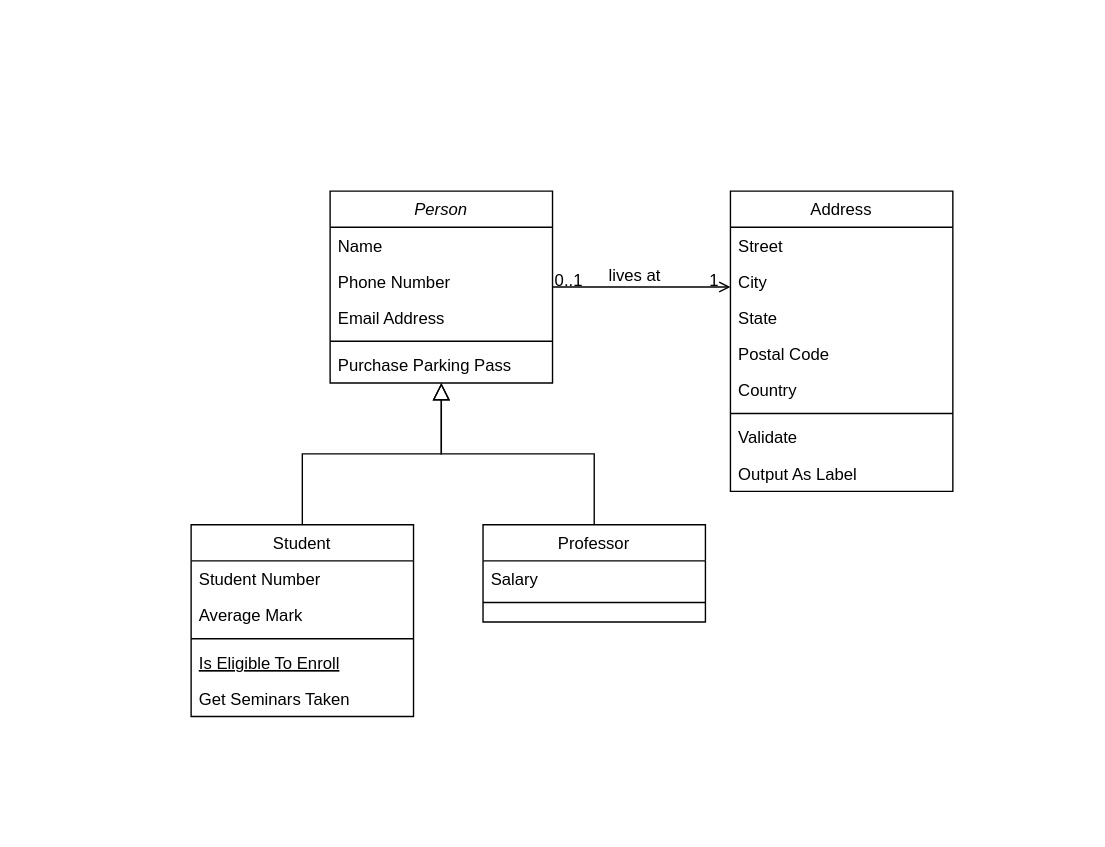
Before: Personal assistant.drawio in AndreyKozachok/goit-pyweb-hw-01, a draw.io diagram. Source tidied: cells renumbered, new cells numbered last; positions are measured from the earlier drawing's top-left corner, leaving out a move shared by most shapes. Both pictures are drawn from the tidied source at 139%, with x=0, y=0 at pixel (190, 190).
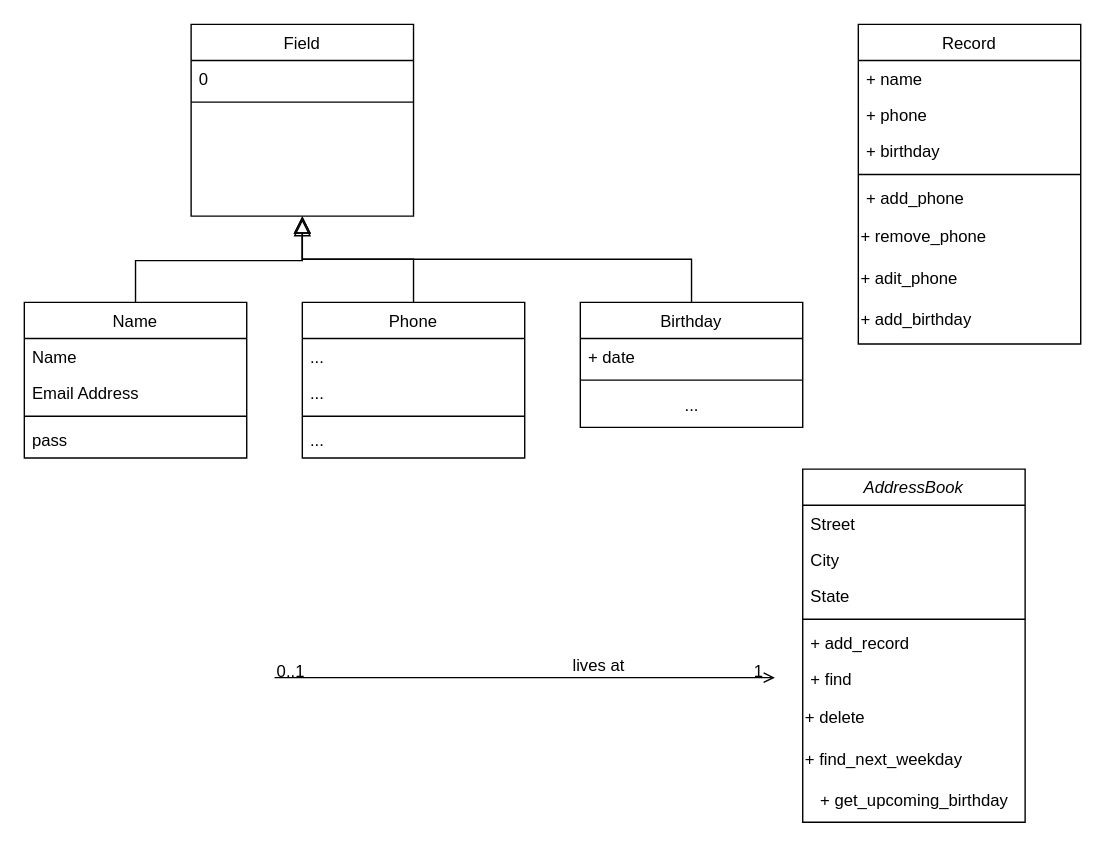
Above is the later version.

What changed in the source:
```diff
@@
-    <mxCell id="2" value="Person" style="swimlane;fontStyle=2;align=center;verticalAlign=top;horizontal=1;startSize=26;rounded=0;shadow=0;strokeWidth=1;" parent="1" vertex="1">
-      <mxGeometry x="100" width="160" height="138" as="geometry" />
+    <mxCell id="2" value="Field" style="swimlane;fontStyle=0;align=center;verticalAlign=top;horizontal=1;startSize=26;rounded=0;shadow=0;strokeWidth=1;" parent="1" vertex="1">
+      <mxGeometry y="-120" width="160" height="138" as="geometry" />
     </mxCell>
-    <mxCell id="3" value="Name" style="text;align=left;verticalAlign=top;spacingLeft=4;spacingRight=4;overflow=hidden;" parent="2" vertex="1">
-      <mxGeometry y="26" width="160" height="26" as="geometry" />
-    </mxCell>
-    <mxCell id="4" value="Phone Number" style="text;align=left;verticalAlign=top;spacingLeft=4;spacingRight=4;overflow=hidden;rounded=0;shadow=0;html=0;" parent="2" vertex="1">
-      <mxGeometry y="52" width="160" height="26" as="geometry" />
+    <mxCell id="4" value="0" style="text;align=left;verticalAlign=top;spacingLeft=4;spacingRight=4;overflow=hidden;rounded=0;shadow=0;html=0;" parent="2" vertex="1">
+      <mxGeometry y="26" width="160" height="26" as="geometry" />
     </mxCell>
-    <mxCell id="5" value="Email Address" style="text;align=left;verticalAlign=top;spacingLeft=4;spacingRight=4;overflow=hidden;rounded=0;shadow=0;html=0;" parent="2" vertex="1">
-      <mxGeometry y="78" width="160" height="26" as="geometry" />
-    </mxCell>
     <mxCell id="6" style="line;html=1;strokeWidth=1;align=left;verticalAlign=middle;spacingTop=-1;spacingLeft=3;spacingRight=3;labelPosition=right;" parent="2" vertex="1">
-      <mxGeometry y="104" width="160" height="8" as="geometry" />
+      <mxGeometry y="52" width="160" height="8" as="geometry" />
     </mxCell>
-    <mxCell id="7" value="Purchase Parking Pass" style="text;align=left;verticalAlign=top;spacingLeft=4;spacingRight=4;overflow=hidden;" parent="2" vertex="1">
-      <mxGeometry y="112" width="160" height="26" as="geometry" />
-    </mxCell>
-    <mxCell id="8" value="Student" style="swimlane;fontStyle=0;align=center;verticalAlign=top;horizontal=1;startSize=26;rounded=0;shadow=0;strokeWidth=1;" parent="1" vertex="1">
-      <mxGeometry y="240" width="160" height="138" as="geometry" />
+    <mxCell id="8" value="Phone" style="swimlane;fontStyle=0;align=center;verticalAlign=top;horizontal=1;startSize=26;rounded=0;shadow=0;strokeWidth=1;" parent="1" vertex="1">
+      <mxGeometry x="80" y="80" width="160" height="112" as="geometry" />
     </mxCell>
-    <mxCell id="9" value="Student Number" style="text;align=left;verticalAlign=top;spacingLeft=4;spacingRight=4;overflow=hidden;" parent="8" vertex="1">
+    <mxCell id="9" value="..." style="text;align=left;verticalAlign=top;spacingLeft=4;spacingRight=4;overflow=hidden;" parent="8" vertex="1">
       <mxGeometry y="26" width="160" height="26" as="geometry" />
     </mxCell>
-    <mxCell id="10" value="Average Mark" style="text;align=left;verticalAlign=top;spacingLeft=4;spacingRight=4;overflow=hidden;rounded=0;shadow=0;html=0;" parent="8" vertex="1">
+    <mxCell id="10" value="..." style="text;align=left;verticalAlign=top;spacingLeft=4;spacingRight=4;overflow=hidden;rounded=0;shadow=0;html=0;" parent="8" vertex="1">
       <mxGeometry y="52" width="160" height="26" as="geometry" />
     </mxCell>
@@
-    <mxCell id="12" value="Is Eligible To Enroll" style="text;align=left;verticalAlign=top;spacingLeft=4;spacingRight=4;overflow=hidden;fontStyle=4;" parent="8" vertex="1">
-      <mxGeometry y="86" width="160" height="26" as="geometry" />
-    </mxCell>
-    <mxCell id="13" value="Get Seminars Taken" style="text;align=left;verticalAlign=top;spacingLeft=4;spacingRight=4;overflow=hidden;" parent="8" vertex="1">
-      <mxGeometry y="112" width="160" height="26" as="geometry" />
+    <mxCell id="13" value="..." style="text;align=left;verticalAlign=top;spacingLeft=4;spacingRight=4;overflow=hidden;" parent="8" vertex="1">
+      <mxGeometry y="86" width="160" height="26" as="geometry" />
     </mxCell>
@@
-    <mxCell id="15" value="Professor" style="swimlane;fontStyle=0;align=center;verticalAlign=top;horizontal=1;startSize=26;rounded=0;shadow=0;strokeWidth=1;" parent="1" vertex="1">
-      <mxGeometry x="210" y="240" width="160" height="70" as="geometry" />
+    <mxCell id="15" value="Birthday" style="swimlane;fontStyle=0;align=center;verticalAlign=top;horizontal=1;startSize=26;rounded=0;shadow=0;strokeWidth=1;" parent="1" vertex="1">
+      <mxGeometry x="280" y="80" width="160" height="90" as="geometry" />
     </mxCell>
-    <mxCell id="16" value="Salary" style="text;align=left;verticalAlign=top;spacingLeft=4;spacingRight=4;overflow=hidden;" parent="15" vertex="1">
+    <mxCell id="16" value="+ date" style="text;align=left;verticalAlign=top;spacingLeft=4;spacingRight=4;overflow=hidden;" parent="15" vertex="1">
       <mxGeometry y="26" width="160" height="26" as="geometry" />
     </mxCell>
@@
+    <mxCell id="32" value="..." style="text;html=1;align=center;verticalAlign=middle;strokeColor=none;fillColor=none;" parent="15" vertex="1">
+      <mxGeometry y="60" width="160" height="30" as="geometry" />
+    </mxCell>
@@
-    <mxCell id="19" value="Address" style="swimlane;fontStyle=0;align=center;verticalAlign=top;horizontal=1;startSize=26;rounded=0;shadow=0;strokeWidth=1;" parent="1" vertex="1">
-      <mxGeometry x="388" width="160" height="216" as="geometry" />
+    <mxCell id="19" value="AddressBook" style="swimlane;fontStyle=2;align=center;verticalAlign=top;horizontal=1;startSize=26;rounded=0;shadow=0;strokeWidth=1;" parent="1" vertex="1">
+      <mxGeometry x="440" y="200" width="160" height="254" as="geometry" />
     </mxCell>
@@
-    <mxCell id="23" value="Postal Code" style="text;align=left;verticalAlign=top;spacingLeft=4;spacingRight=4;overflow=hidden;rounded=0;shadow=0;html=0;" parent="19" vertex="1">
-      <mxGeometry y="104" width="160" height="26" as="geometry" />
-    </mxCell>
-    <mxCell id="24" value="Country" style="text;align=left;verticalAlign=top;spacingLeft=4;spacingRight=4;overflow=hidden;rounded=0;shadow=0;html=0;" parent="19" vertex="1">
-      <mxGeometry y="130" width="160" height="26" as="geometry" />
-    </mxCell>
     <mxCell id="25" style="line;html=1;strokeWidth=1;align=left;verticalAlign=middle;spacingTop=-1;spacingLeft=3;spacingRight=3;labelPosition=right;" parent="19" vertex="1">
-      <mxGeometry y="156" width="160" height="8" as="geometry" />
+      <mxGeometry y="104" width="160" height="8" as="geometry" />
     </mxCell>
-    <mxCell id="26" value="Validate" style="text;align=left;verticalAlign=top;spacingLeft=4;spacingRight=4;overflow=hidden;" parent="19" vertex="1">
-      <mxGeometry y="164" width="160" height="26" as="geometry" />
+    <mxCell id="26" value="+ add_record" style="text;align=left;verticalAlign=top;spacingLeft=4;spacingRight=4;overflow=hidden;" parent="19" vertex="1">
+      <mxGeometry y="112" width="160" height="26" as="geometry" />
     </mxCell>
-    <mxCell id="27" value="Output As Label" style="text;align=left;verticalAlign=top;spacingLeft=4;spacingRight=4;overflow=hidden;" parent="19" vertex="1">
-      <mxGeometry y="190" width="160" height="26" as="geometry" />
+    <mxCell id="27" value="+ find" style="text;align=left;verticalAlign=top;spacingLeft=4;spacingRight=4;overflow=hidden;" parent="19" vertex="1">
+      <mxGeometry y="138" width="160" height="26" as="geometry" />
     </mxCell>
+    <mxCell id="33" value="+ delete" style="text;html=1;align=left;verticalAlign=middle;strokeColor=none;fillColor=none;" parent="19" vertex="1">
+      <mxGeometry y="164" width="160" height="30" as="geometry" />
+    </mxCell>
+    <mxCell id="34" value="+ find_next_weekday" style="text;html=1;align=left;verticalAlign=middle;strokeColor=none;fillColor=none;" parent="19" vertex="1">
+      <mxGeometry y="194" width="160" height="30" as="geometry" />
+    </mxCell>
+    <mxCell id="35" value="+ get_upcoming_birthday" style="text;html=1;align=center;verticalAlign=middle;strokeColor=none;fillColor=none;" parent="19" vertex="1">
+      <mxGeometry y="224" width="160" height="30" as="geometry" />
+    </mxCell>
-    <mxCell id="28" style="endArrow=open;shadow=0;strokeWidth=1;rounded=0;curved=0;endFill=1;edgeStyle=elbowEdgeStyle;elbow=vertical;" parent="1" edge="1" source="2" target="19">
+    <mxCell id="28" style="endArrow=open;shadow=0;strokeWidth=1;rounded=0;curved=0;endFill=1;edgeStyle=elbowEdgeStyle;elbow=vertical;" parent="1" edge="1">
       <mxGeometry x="0.5" y="41" relative="1" as="geometry">
+        <mxPoint x="60" y="350" as="sourcePoint" />
+        <mxPoint x="420" y="350" as="targetPoint" />
         <mxPoint x="-40" y="32" as="offset" />
       </mxGeometry>
     </mxCell>
@@
+    <mxCell id="36" value="Name" style="swimlane;fontStyle=0;align=center;verticalAlign=top;horizontal=1;startSize=26;rounded=0;shadow=0;strokeWidth=1;" parent="1" vertex="1">
+      <mxGeometry x="-120" y="80" width="160" height="112" as="geometry" />
+    </mxCell>
+    <mxCell id="3" value="Name" style="text;align=left;verticalAlign=top;spacingLeft=4;spacingRight=4;overflow=hidden;" parent="36" vertex="1">
+      <mxGeometry y="26" width="160" height="26" as="geometry" />
+    </mxCell>
+    <mxCell id="5" value="Email Address" style="text;align=left;verticalAlign=top;spacingLeft=4;spacingRight=4;overflow=hidden;rounded=0;shadow=0;html=0;" parent="36" vertex="1">
+      <mxGeometry y="52" width="160" height="26" as="geometry" />
+    </mxCell>
+    <mxCell id="37" style="line;html=1;strokeWidth=1;align=left;verticalAlign=middle;spacingTop=-1;spacingLeft=3;spacingRight=3;labelPosition=right;" parent="36" vertex="1">
+      <mxGeometry y="78" width="160" height="8" as="geometry" />
+    </mxCell>
+    <mxCell id="38" value="pass" style="text;align=left;verticalAlign=top;spacingLeft=4;spacingRight=4;overflow=hidden;" parent="36" vertex="1">
+      <mxGeometry y="86" width="160" height="26" as="geometry" />
+    </mxCell>
+    <mxCell id="39" style="endArrow=block;endSize=10;endFill=0;shadow=0;strokeWidth=1;rounded=0;curved=0;edgeStyle=elbowEdgeStyle;elbow=vertical;exitX=0.5;exitY=0;exitDx=0;exitDy=0;" parent="1" edge="1" source="36">
+      <mxGeometry relative="1" as="geometry">
+        <mxPoint x="80" y="20" as="targetPoint" />
+      </mxGeometry>
+    </mxCell>
+    <mxCell id="40" value="Record" style="swimlane;fontStyle=0;align=center;verticalAlign=top;horizontal=1;startSize=26;rounded=0;shadow=0;strokeWidth=1;" parent="1" vertex="1">
+      <mxGeometry x="480" y="-120" width="160" height="230" as="geometry" />
+    </mxCell>
+    <mxCell id="41" value="+ name" style="text;align=left;verticalAlign=top;spacingLeft=4;spacingRight=4;overflow=hidden;" parent="40" vertex="1">
+      <mxGeometry y="26" width="160" height="26" as="geometry" />
+    </mxCell>
+    <mxCell id="42" value="+ phone" style="text;align=left;verticalAlign=top;spacingLeft=4;spacingRight=4;overflow=hidden;rounded=0;shadow=0;html=0;" parent="40" vertex="1">
+      <mxGeometry y="52" width="160" height="26" as="geometry" />
+    </mxCell>
+    <mxCell id="43" value="+ birthday" style="text;align=left;verticalAlign=top;spacingLeft=4;spacingRight=4;overflow=hidden;rounded=0;shadow=0;html=0;" parent="40" vertex="1">
+      <mxGeometry y="78" width="160" height="26" as="geometry" />
+    </mxCell>
+    <mxCell id="44" style="line;html=1;strokeWidth=1;align=left;verticalAlign=middle;spacingTop=-1;spacingLeft=3;spacingRight=3;labelPosition=right;" parent="40" vertex="1">
+      <mxGeometry y="104" width="160" height="8" as="geometry" />
+    </mxCell>
+    <mxCell id="45" value="+ add_phone&#10;" style="text;align=left;verticalAlign=top;spacingLeft=4;spacingRight=4;overflow=hidden;" parent="40" vertex="1">
+      <mxGeometry y="112" width="160" height="26" as="geometry" />
+    </mxCell>
+    <mxCell id="46" value="+ remove_phone" style="text;html=1;align=left;verticalAlign=middle;strokeColor=none;fillColor=none;" parent="40" vertex="1">
+      <mxGeometry y="138" width="160" height="30" as="geometry" />
+    </mxCell>
+    <mxCell id="47" value="+ adit_phone" style="text;html=1;align=left;verticalAlign=middle;strokeColor=none;fillColor=none;" parent="40" vertex="1">
+      <mxGeometry y="168" width="160" height="30" as="geometry" />
+    </mxCell>
+    <mxCell id="48" value="+ add_birthday" style="text;html=1;align=left;verticalAlign=middle;strokeColor=none;fillColor=none;" parent="40" vertex="1">
+      <mxGeometry y="198" width="160" height="30" as="geometry" />
+    </mxCell>
```
